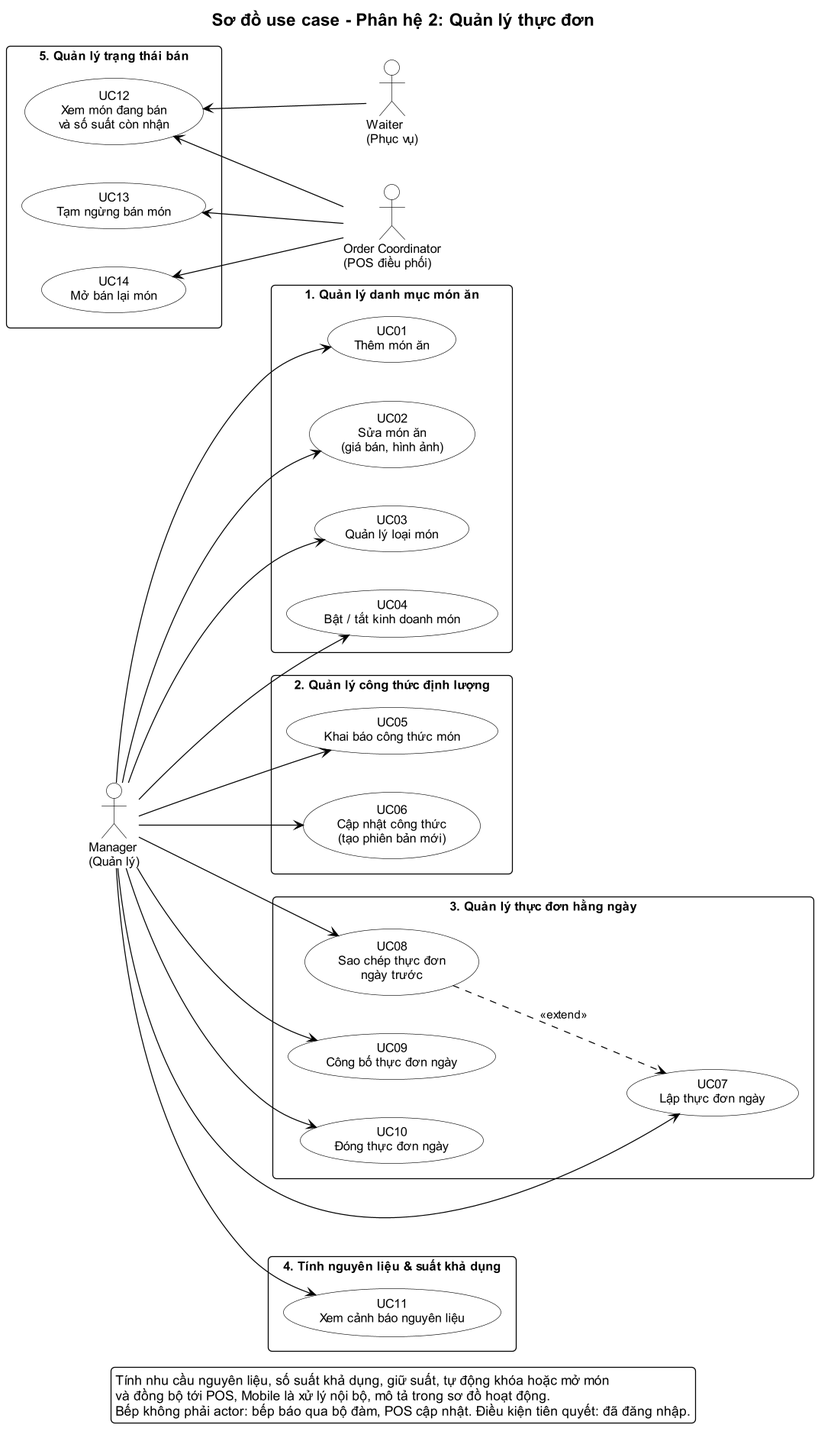
This is docs/02-quan-ly-thuc-don/usecase.png from Anpham120/restaurant-management-system, a PlantUML export, as it was before one commit.
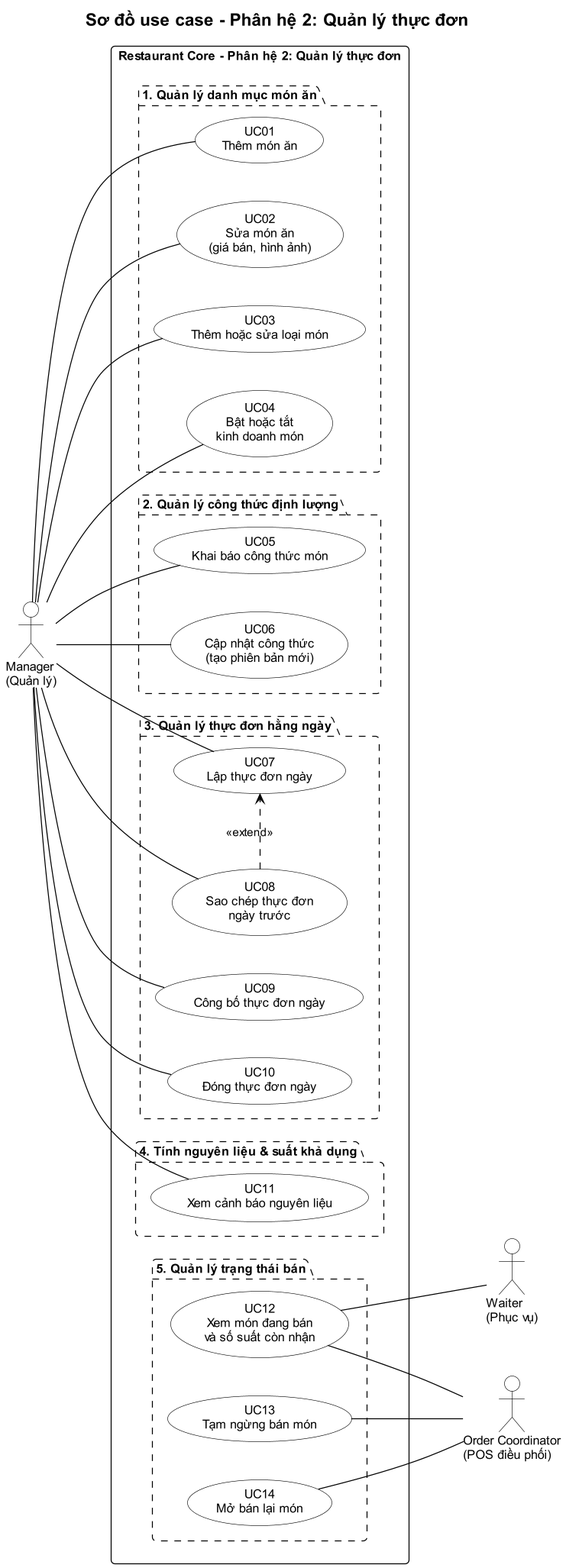
The same diagram one commit later.

What changed in the source:
```diff
@@ -9,57 +9,54 @@
 actor "Waiter\n(Phục vụ)" as Waiter
 actor "Order Coordinator\n(POS điều phối)" as Coord
 
-rectangle "1. Quản lý danh mục món ăn" {
-  usecase "UC01\nThêm món ăn" as UC01
-  usecase "UC02\nSửa món ăn\n(giá bán, hình ảnh)" as UC02
-  usecase "UC03\nQuản lý loại món" as UC03
-  usecase "UC04\nBật / tắt kinh doanh món" as UC04
+rectangle "Restaurant Core - Phân hệ 2: Quản lý thực đơn" {
+  package "1. Quản lý danh mục món ăn" #FFFFFF;line.dashed {
+    usecase "UC01\nThêm món ăn" as UC01
+    usecase "UC02\nSửa món ăn\n(giá bán, hình ảnh)" as UC02
+    usecase "UC03\nThêm hoặc sửa loại món" as UC03
+    usecase "UC04\nBật hoặc tắt\nkinh doanh món" as UC04
+  }
+
+  package "2. Quản lý công thức định lượng" #FFFFFF;line.dashed {
+    usecase "UC05\nKhai báo công thức món" as UC05
+    usecase "UC06\nCập nhật công thức\n(tạo phiên bản mới)" as UC06
+  }
+
+  package "3. Quản lý thực đơn hằng ngày" #FFFFFF;line.dashed {
+    usecase "UC07\nLập thực đơn ngày" as UC07
+    usecase "UC08\nSao chép thực đơn\nngày trước" as UC08
+    usecase "UC09\nCông bố thực đơn ngày" as UC09
+    usecase "UC10\nĐóng thực đơn ngày" as UC10
+  }
+
+  package "4. Tính nguyên liệu & suất khả dụng" #FFFFFF;line.dashed {
+    usecase "UC11\nXem cảnh báo nguyên liệu" as UC11
+  }
+
+  package "5. Quản lý trạng thái bán" #FFFFFF;line.dashed {
+    usecase "UC12\nXem món đang bán\nvà số suất còn nhận" as UC12
+    usecase "UC13\nTạm ngừng bán món" as UC13
+    usecase "UC14\nMở bán lại món" as UC14
+  }
 }
 
-rectangle "2. Quản lý công thức định lượng" {
-  usecase "UC05\nKhai báo công thức món" as UC05
-  usecase "UC06\nCập nhật công thức\n(tạo phiên bản mới)" as UC06
-}
+Manager -- UC01
+Manager -- UC02
+Manager -- UC03
+Manager -- UC04
+Manager -- UC05
+Manager -- UC06
+Manager -- UC07
+Manager -- UC08
+Manager -- UC09
+Manager -- UC10
+Manager -- UC11
 
-rectangle "3. Quản lý thực đơn hằng ngày" {
-  usecase "UC07\nLập thực đơn ngày" as UC07
-  usecase "UC08\nSao chép thực đơn\nngày trước" as UC08
-  usecase "UC09\nCông bố thực đơn ngày" as UC09
-  usecase "UC10\nĐóng thực đơn ngày" as UC10
-}
+UC12 -- Waiter
+UC12 -- Coord
+UC13 -- Coord
+UC14 -- Coord
+UC11 -[hidden]- Waiter
 
-rectangle "4. Tính nguyên liệu & suất khả dụng" {
-  usecase "UC11\nXem cảnh báo nguyên liệu" as UC11
-}
-
-rectangle "5. Quản lý trạng thái bán" {
-  usecase "UC12\nXem món đang bán\nvà số suất còn nhận" as UC12
-  usecase "UC13\nTạm ngừng bán món" as UC13
-  usecase "UC14\nMở bán lại món" as UC14
-}
-
-Manager --> UC01
-Manager --> UC02
-Manager --> UC03
-Manager --> UC04
-Manager --> UC05
-Manager --> UC06
-Manager --> UC07
-Manager --> UC08
-Manager --> UC09
-Manager --> UC10
-Manager --> UC11
-
-UC12 <-- Waiter
-UC12 <-- Coord
-UC13 <-- Coord
-UC14 <-- Coord
-
-UC08 ..> UC07 : <<extend>>
-
-legend bottom
-  Tính nhu cầu nguyên liệu, số suất khả dụng, giữ suất, tự động khóa hoặc mở món
-  và đồng bộ tới POS, Mobile là xử lý nội bộ, mô tả trong sơ đồ hoạt động.
-  Bếp không phải actor: bếp báo qua bộ đàm, POS cập nhật. Điều kiện tiên quyết: đã đăng nhập.
-endlegend
+UC08 .[norank].> UC07 : <<extend>>
 @enduml
```
